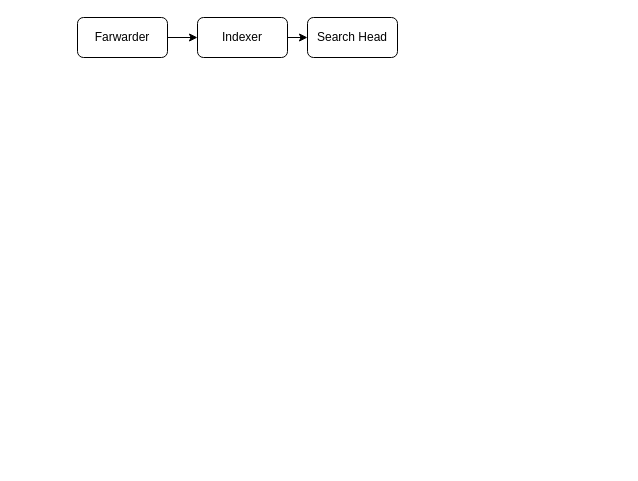
This is Splunk.drawio from abhishekmaurya149/Splunk_draw.io, a draw.io file, before an edit. Source tidied: cells renumbered, new cells numbered last; positions are measured from the earlier drawing's top-left corner, leaving out a move shared by most shapes. Both pictures are drawn from the tidied source at 100%, with x=0, y=0 at pixel (77, 17).
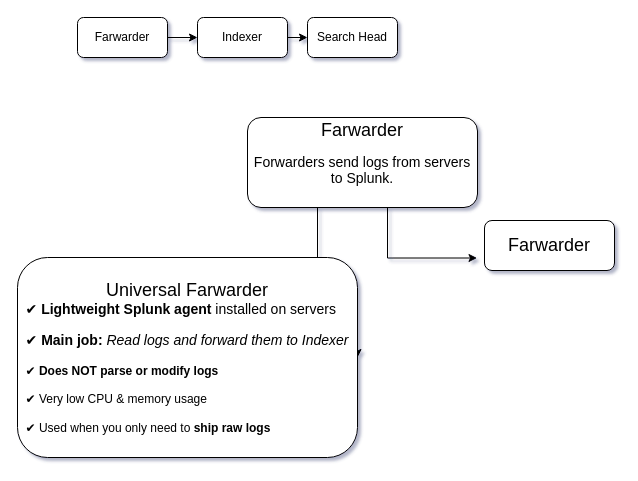
Above is the later version.

The edit, as a diff of the source:
```diff
@@
-<mxGraphModel>
+<mxGraphModel shadow="1">
   <root>
     <mxCell id="0" />
     <mxCell id="1" parent="0" />
     <mxCell id="2" style="edgeStyle=orthogonalEdgeStyle;rounded=0;jettySize=auto;html=1;exitX=1;exitY=0.5;exitDx=0;exitDy=0;entryX=0;entryY=0.5;entryDx=0;entryDy=0;" parent="1" edge="1" source="3" target="5">
       <mxGeometry relative="1" as="geometry" />
     </mxCell>
     <mxCell id="3" value="Farwarder" style="rounded=1;whiteSpace=wrap;html=1;" parent="1" vertex="1">
       <mxGeometry width="90" height="40" as="geometry" />
     </mxCell>
     <mxCell id="4" style="edgeStyle=orthogonalEdgeStyle;rounded=0;jettySize=auto;html=1;exitX=1;exitY=0.5;exitDx=0;exitDy=0;entryX=0;entryY=0.5;entryDx=0;entryDy=0;" parent="1" edge="1" source="5" target="6">
       <mxGeometry relative="1" as="geometry" />
     </mxCell>
     <mxCell id="5" value="Indexer" style="rounded=1;whiteSpace=wrap;html=1;" parent="1" vertex="1">
       <mxGeometry x="120" width="90" height="40" as="geometry" />
     </mxCell>
     <mxCell id="6" value="Search Head" style="rounded=1;whiteSpace=wrap;html=1;" parent="1" vertex="1">
       <mxGeometry x="230" width="90" height="40" as="geometry" />
     </mxCell>
+    <mxCell id="7" style="edgeStyle=orthogonalEdgeStyle;rounded=0;jettySize=auto;html=1;entryX=1;entryY=0.5;entryDx=0;entryDy=0;" parent="1" edge="1" source="9" target="10">
+      <mxGeometry relative="1" as="geometry">
+        <Array as="points">
+          <mxPoint x="240" y="320" />
+        </Array>
+      </mxGeometry>
+    </mxCell>
+    <mxCell id="8" style="edgeStyle=orthogonalEdgeStyle;rounded=0;orthogonalLoop=1;jettySize=auto;html=1;exitX=0.75;exitY=1;exitDx=0;exitDy=0;entryX=0;entryY=0.75;entryDx=0;entryDy=0;" parent="1" edge="1">
+      <mxGeometry relative="1" as="geometry">
+        <mxPoint x="310" y="150" as="sourcePoint" />
+        <mxPoint x="399.5" y="240.5" as="targetPoint" />
+        <Array as="points">
+          <mxPoint x="310.5" y="240" />
+        </Array>
+      </mxGeometry>
+    </mxCell>
+    <mxCell id="9" value="&lt;font style=&quot;font-size: 18px;&quot;&gt;Farwarder&lt;/font&gt;&lt;div&gt;&lt;font style=&quot;&quot;&gt;&lt;p style=&quot;&quot;&gt;&lt;font style=&quot;font-size: 14px;&quot;&gt;Forwarders send logs from servers to Splunk.&lt;/font&gt;&lt;/p&gt;&lt;h3 style=&quot;font-size: 18px;&quot;&gt;&lt;/h3&gt;&lt;/font&gt;&lt;/div&gt;" style="rounded=1;whiteSpace=wrap;html=1;" parent="1" vertex="1">
+      <mxGeometry x="170" y="100" width="230" height="90" as="geometry" />
+    </mxCell>
+    <mxCell id="10" value="&lt;font style=&quot;font-size: 18px;&quot;&gt;Universal Farwarder&lt;/font&gt;&lt;div&gt;&lt;div style=&quot;text-align: left;&quot;&gt;&lt;font style=&quot;font-size: 14px;&quot;&gt;&lt;span style=&quot;background-color: transparent; color: light-dark(rgb(0, 0, 0), rgb(255, 255, 255));&quot;&gt;✔ &lt;/span&gt;&lt;strong style=&quot;background-color: transparent; color: light-dark(rgb(0, 0, 0), rgb(255, 255, 255));&quot;&gt;Lightweight Splunk agent&lt;/strong&gt;&lt;span style=&quot;background-color: transparent; color: light-dark(rgb(0, 0, 0), rgb(255, 255, 255));&quot;&gt; installed on servers&lt;/span&gt;&lt;/font&gt;&lt;/div&gt;&lt;font style=&quot;&quot;&gt;&lt;div style=&quot;font-size: 12px; text-align: left;&quot;&gt;&lt;br&gt;&lt;/div&gt;&lt;div style=&quot;text-align: left;&quot;&gt;&lt;font style=&quot;font-size: 14px;&quot;&gt;&lt;span style=&quot;background-color: transparent; color: light-dark(rgb(0, 0, 0), rgb(255, 255, 255));&quot;&gt;✔ &lt;/span&gt;&lt;strong style=&quot;background-color: transparent; color: light-dark(rgb(0, 0, 0), rgb(255, 255, 255));&quot;&gt;Main job:&lt;/strong&gt;&lt;span style=&quot;background-color: transparent; color: light-dark(rgb(0, 0, 0), rgb(255, 255, 255));&quot;&gt; &lt;/span&gt;&lt;em style=&quot;background-color: transparent; color: light-dark(rgb(0, 0, 0), rgb(255, 255, 255));&quot;&gt;Read logs and forward them to Indexer&lt;/em&gt;&lt;/font&gt;&lt;/div&gt;&lt;div style=&quot;font-size: 12px; text-align: left;&quot;&gt;&lt;br&gt;&lt;/div&gt;&lt;div style=&quot;font-size: 12px; text-align: left;&quot;&gt;&lt;span style=&quot;background-color: transparent; color: light-dark(rgb(0, 0, 0), rgb(255, 255, 255));&quot;&gt;✔ &lt;/span&gt;&lt;strong style=&quot;background-color: transparent; color: light-dark(rgb(0, 0, 0), rgb(255, 255, 255));&quot;&gt;Does NOT parse or modify logs&lt;/strong&gt;&lt;/div&gt;&lt;div style=&quot;font-size: 12px; text-align: left;&quot;&gt;&lt;br&gt;&lt;/div&gt;&lt;div style=&quot;font-size: 12px; text-align: left;&quot;&gt;&lt;span style=&quot;background-color: transparent; color: light-dark(rgb(0, 0, 0), rgb(255, 255, 255));&quot;&gt;✔ Very low CPU &amp;amp; memory usage&lt;/span&gt;&lt;/div&gt;&lt;div style=&quot;font-size: 12px; text-align: left;&quot;&gt;&lt;br&gt;&lt;/div&gt;&lt;div style=&quot;font-size: 12px; text-align: left;&quot;&gt;&lt;span style=&quot;background-color: transparent; color: light-dark(rgb(0, 0, 0), rgb(255, 255, 255));&quot;&gt;✔ Used when you only need to &lt;/span&gt;&lt;strong style=&quot;background-color: transparent; color: light-dark(rgb(0, 0, 0), rgb(255, 255, 255));&quot;&gt;ship raw logs&lt;/strong&gt;&lt;/div&gt;&lt;/font&gt;&lt;/div&gt;" style="rounded=1;whiteSpace=wrap;html=1;" parent="1" vertex="1">
+      <mxGeometry x="-60" y="240" width="340" height="200" as="geometry" />
+    </mxCell>
+    <mxCell id="11" value="&lt;font style=&quot;font-size: 18px;&quot;&gt;Farwarder&lt;/font&gt;" style="rounded=1;whiteSpace=wrap;html=1;" parent="1" vertex="1">
+      <mxGeometry x="407" y="203" width="130" height="50" as="geometry" />
+    </mxCell>
   </root>
 </mxGraphModel>
```
